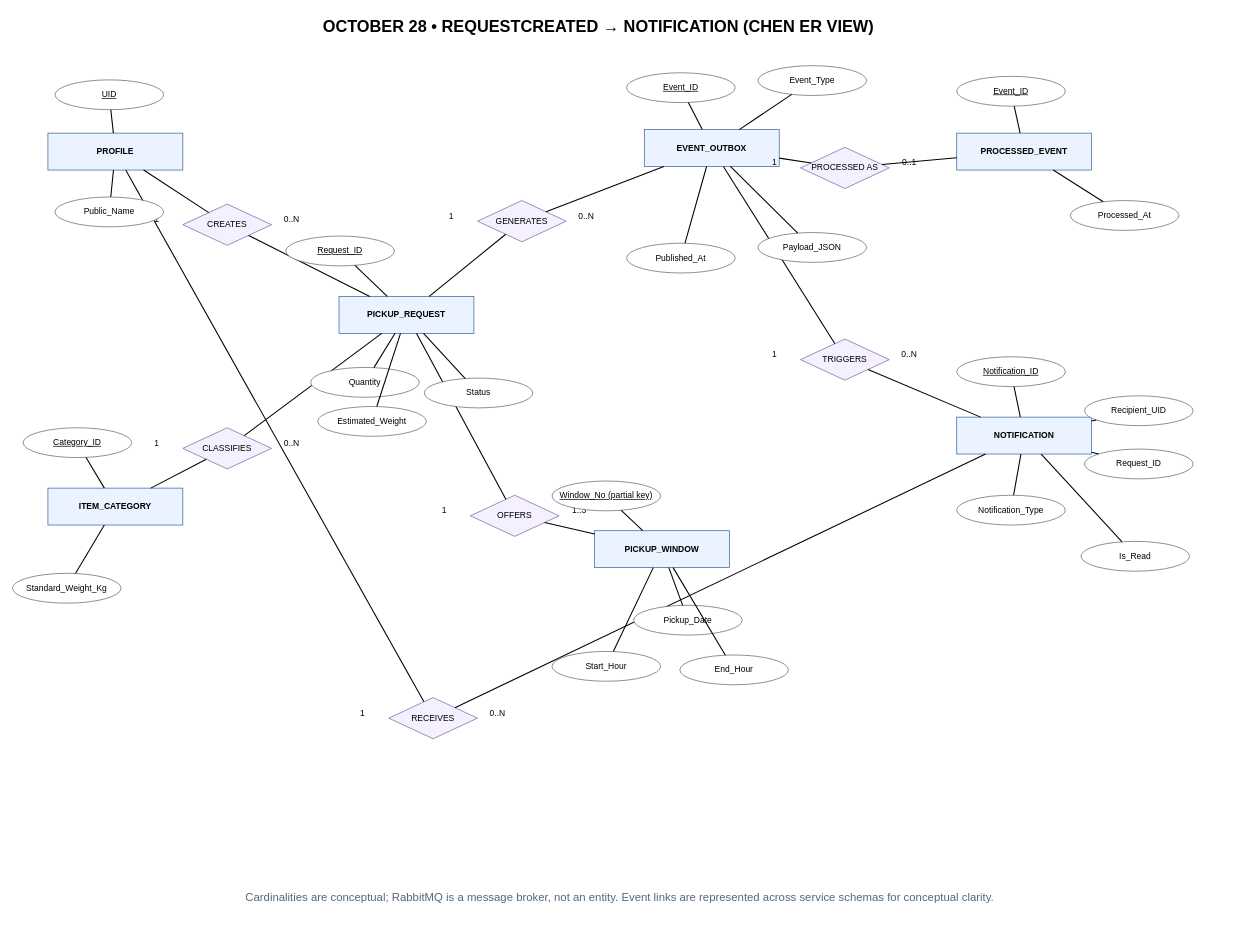
The draw.io diagram page "Oct 28 — RequestCreated flow" (2 of 2) of docs/uml/EcoCollect_Oct28_ER_Diagram_Updated.drawio in dannydufau/ecocollect, before the edit. Source tidied: cells renumbered, new cells numbered last; positions are measured from the earlier drawing's top-left corner, leaving out a move shared by most shapes. Both pictures are drawn from the tidied source at 71%, with x=0, y=0 at pixel (12, 12).
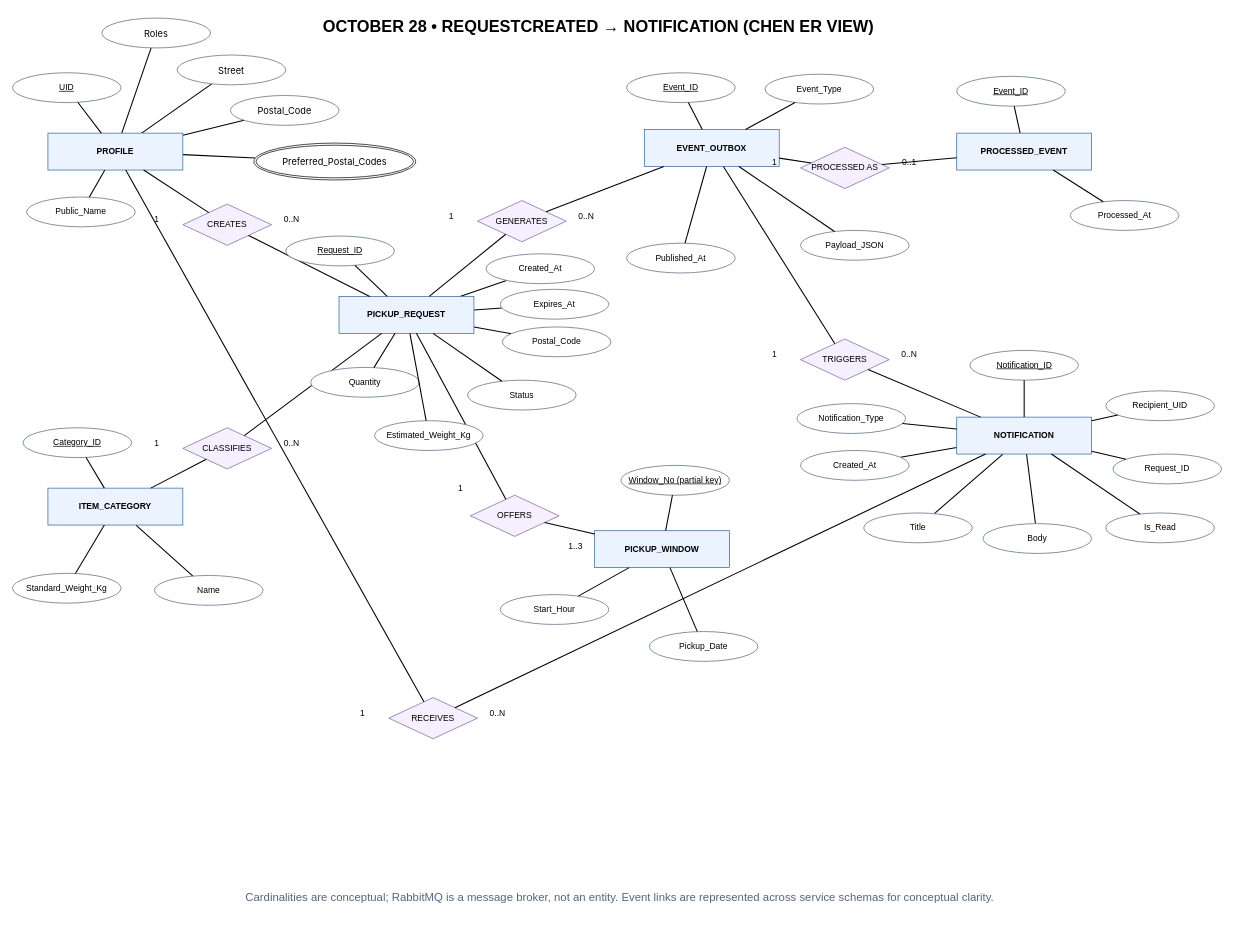
Above is the later version.

Commit message (it also covers changes not shown here):
Oct 28 Tab Add/Update attributes ITEM_CATEGORY - Name

PICKUP_REQUEST
- Created_At
- Expires_At
- Estimated_Weight_Kg (renamed from Estimated_Weight)
- Postal_Code

PICKUP_WINDOW
- Deleted End_Hour (please refer to contract)

NOTIFICATION
- Title
- Body
- Created_At

PROFILE
- Roles
- Street
- Postal_Code
- Preferred_Postal_Codes

needs further review
EVENT_OUTBOX
NOTIFICATION
PROCESSED_EVENT

Unchanged cells that the change refers to:
```xml
<mxCell id="3" value="PROFILE" style="rounded=0;whiteSpace=wrap;html=1;align=center;fillColor=#EAF3FF;strokeColor=#32649A;fontStyle=1;" parent="1" vertex="1">
  <mxGeometry x="50" y="170" width="190" height="52" as="geometry" />
</mxCell>
<mxCell id="4" value="ITEM_CATEGORY" style="rounded=0;whiteSpace=wrap;html=1;align=center;fillColor=#EAF3FF;strokeColor=#32649A;fontStyle=1;" parent="1" vertex="1">
  <mxGeometry x="50" y="670" width="190" height="52" as="geometry" />
</mxCell>
<mxCell id="5" value="PICKUP_REQUEST" style="rounded=0;whiteSpace=wrap;html=1;align=center;fillColor=#EAF3FF;strokeColor=#32649A;fontStyle=1;" parent="1" vertex="1">
  <mxGeometry x="460" y="400" width="190" height="52" as="geometry" />
</mxCell>
<mxCell id="6" value="PICKUP_WINDOW" style="rounded=0;whiteSpace=wrap;html=1;align=center;fillColor=#EAF3FF;strokeColor=#32649A;fontStyle=1;" parent="1" vertex="1">
  <mxGeometry x="820" y="730" width="190" height="52" as="geometry" />
</mxCell>
<mxCell id="9" value="NOTIFICATION" style="rounded=0;whiteSpace=wrap;html=1;align=center;fillColor=#EAF3FF;strokeColor=#32649A;fontStyle=1;" parent="1" vertex="1">
  <mxGeometry x="1330" y="570" width="190" height="52" as="geometry" />
</mxCell>
```

Change to the diagram source:
```diff
@@
+    <mxCell id="92" style="edgeStyle=none;shape=connector;rounded=1;html=1;strokeColor=default;strokeWidth=1.5;align=center;verticalAlign=middle;fontFamily=Helvetica;fontSize=11;fontColor=default;labelBackgroundColor=default;endArrow=none;endFill=0;" parent="1" edge="1" source="3" target="110">
+      <mxGeometry relative="1" as="geometry" />
+    </mxCell>
+    <mxCell id="93" style="edgeStyle=none;shape=connector;rounded=1;html=1;strokeColor=default;strokeWidth=1.5;align=center;verticalAlign=middle;fontFamily=Helvetica;fontSize=11;fontColor=default;labelBackgroundColor=default;endArrow=none;endFill=0;" parent="1" edge="1" source="3" target="112">
+      <mxGeometry relative="1" as="geometry" />
+    </mxCell>
+    <mxCell id="94" style="edgeStyle=none;shape=connector;rounded=1;html=1;strokeColor=default;strokeWidth=1.5;align=center;verticalAlign=middle;fontFamily=Helvetica;fontSize=11;fontColor=default;labelBackgroundColor=default;endArrow=none;endFill=0;" parent="1" edge="1" source="3" target="111">
+      <mxGeometry relative="1" as="geometry" />
+    </mxCell>
+    <mxCell id="95" style="edgeStyle=none;shape=connector;rounded=1;html=1;strokeColor=default;strokeWidth=1.5;align=center;verticalAlign=middle;fontFamily=Helvetica;fontSize=11;fontColor=default;labelBackgroundColor=default;endArrow=none;endFill=0;" parent="1" edge="1" source="3" target="113">
+      <mxGeometry relative="1" as="geometry" />
+    </mxCell>
@@
+    <mxCell id="96" style="edgeStyle=none;html=1;endArrow=none;endFill=0;strokeWidth=1.5;" parent="1" edge="1" source="4" target="103">
+      <mxGeometry relative="1" as="geometry" />
+    </mxCell>
@@
+    <mxCell id="97" style="edgeStyle=none;shape=connector;rounded=1;html=1;strokeColor=default;strokeWidth=1.5;align=center;verticalAlign=middle;fontFamily=Helvetica;fontSize=11;fontColor=default;labelBackgroundColor=default;endArrow=none;endFill=0;" parent="1" edge="1" source="5" target="105">
+      <mxGeometry relative="1" as="geometry" />
+    </mxCell>
+    <mxCell id="98" style="edgeStyle=none;shape=connector;rounded=1;html=1;strokeColor=default;strokeWidth=1.5;align=center;verticalAlign=middle;fontFamily=Helvetica;fontSize=11;fontColor=default;labelBackgroundColor=default;endArrow=none;endFill=0;" parent="1" edge="1" source="5" target="104">
+      <mxGeometry relative="1" as="geometry" />
+    </mxCell>
+    <mxCell id="99" style="edgeStyle=none;shape=connector;rounded=1;html=1;strokeColor=default;strokeWidth=1.5;align=center;verticalAlign=middle;fontFamily=Helvetica;fontSize=11;fontColor=default;labelBackgroundColor=default;endArrow=none;endFill=0;" parent="1" edge="1" source="5" target="106">
+      <mxGeometry relative="1" as="geometry" />
+    </mxCell>
@@
+    <mxCell id="100" style="edgeStyle=none;shape=connector;rounded=1;html=1;strokeColor=default;strokeWidth=1.5;align=center;verticalAlign=middle;fontFamily=Helvetica;fontSize=11;fontColor=default;labelBackgroundColor=default;endArrow=none;endFill=0;" parent="1" edge="1" source="9" target="107">
+      <mxGeometry relative="1" as="geometry" />
+    </mxCell>
+    <mxCell id="101" style="edgeStyle=none;shape=connector;rounded=1;html=1;strokeColor=default;strokeWidth=1.5;align=center;verticalAlign=middle;fontFamily=Helvetica;fontSize=11;fontColor=default;labelBackgroundColor=default;endArrow=none;endFill=0;" parent="1" edge="1" source="9" target="108">
+      <mxGeometry relative="1" as="geometry" />
+    </mxCell>
+    <mxCell id="102" style="edgeStyle=none;shape=connector;rounded=1;html=1;strokeColor=default;strokeWidth=1.5;align=center;verticalAlign=middle;fontFamily=Helvetica;fontSize=11;fontColor=default;labelBackgroundColor=default;endArrow=none;endFill=0;" parent="1" edge="1" source="9" target="109">
+      <mxGeometry relative="1" as="geometry" />
+    </mxCell>
@@
     <mxCell id="23" value="1" style="text;html=1;align=center;fontSize=12;" parent="1" vertex="1">
-      <mxGeometry x="575" y="688" width="65" height="24" as="geometry" />
+      <mxGeometry x="598" y="656" width="65" height="24" as="geometry" />
     </mxCell>
     <mxCell id="24" value="1..3" style="text;html=1;align=center;fontSize=12;" parent="1" vertex="1">
-      <mxGeometry x="765" y="688" width="65" height="24" as="geometry" />
+      <mxGeometry x="760" y="738" width="65" height="24" as="geometry" />
     </mxCell>
@@
     <mxCell id="45" value="UID" style="ellipse;whiteSpace=wrap;html=1;align=center;fillColor=#FFFFFF;strokeColor=#52677D;fontStyle=4;" parent="1" vertex="1">
-      <mxGeometry x="60" y="95" width="153" height="42" as="geometry" />
+      <mxGeometry y="85" width="153" height="42" as="geometry" />
     </mxCell>
@@
     <mxCell id="47" value="Public_Name" style="ellipse;whiteSpace=wrap;html=1;align=center;fillColor=#FFFFFF;strokeColor=#52677D;" parent="1" vertex="1">
-      <mxGeometry x="60" y="260" width="153" height="42" as="geometry" />
+      <mxGeometry x="20" y="260" width="153" height="42" as="geometry" />
     </mxCell>
@@
-    <mxCell id="57" value="Estimated_Weight" style="ellipse;whiteSpace=wrap;html=1;align=center;fillColor=#FFFFFF;strokeColor=#52677D;" parent="1" vertex="1">
-      <mxGeometry x="430" y="555" width="153" height="42" as="geometry" />
+    <mxCell id="57" value="Estimated_Weight_&lt;span style=&quot;color: rgb(0, 0, 0);&quot;&gt;Kg&lt;/span&gt;" style="ellipse;whiteSpace=wrap;html=1;align=center;fillColor=#FFFFFF;strokeColor=#52677D;" parent="1" vertex="1">
+      <mxGeometry x="510" y="575" width="153" height="42" as="geometry" />
     </mxCell>
@@
     <mxCell id="59" value="Status" style="ellipse;whiteSpace=wrap;html=1;align=center;fillColor=#FFFFFF;strokeColor=#52677D;" parent="1" vertex="1">
-      <mxGeometry x="580" y="515" width="153" height="42" as="geometry" />
+      <mxGeometry x="641" y="518" width="153" height="42" as="geometry" />
     </mxCell>
@@
     <mxCell id="61" value="Window_No (partial key)" style="ellipse;whiteSpace=wrap;html=1;align=center;fillColor=#FFFFFF;strokeColor=#52677D;fontStyle=4;" parent="1" vertex="1">
-      <mxGeometry x="760" y="660" width="153" height="42" as="geometry" />
+      <mxGeometry x="857" y="638" width="153" height="42" as="geometry" />
     </mxCell>
@@
     <mxCell id="63" value="Pickup_Date" style="ellipse;whiteSpace=wrap;html=1;align=center;fillColor=#FFFFFF;strokeColor=#52677D;" parent="1" vertex="1">
-      <mxGeometry x="875" y="835" width="153" height="42" as="geometry" />
+      <mxGeometry x="897" y="872" width="153" height="42" as="geometry" />
     </mxCell>
@@
     <mxCell id="65" value="Start_Hour" style="ellipse;whiteSpace=wrap;html=1;align=center;fillColor=#FFFFFF;strokeColor=#52677D;" parent="1" vertex="1">
-      <mxGeometry x="760" y="900" width="153" height="42" as="geometry" />
+      <mxGeometry x="687" y="820" width="153" height="42" as="geometry" />
     </mxCell>
@@
-    <mxCell id="67" value="End_Hour" style="ellipse;whiteSpace=wrap;html=1;align=center;fillColor=#FFFFFF;strokeColor=#52677D;" parent="1" vertex="1">
-      <mxGeometry x="940" y="905" width="153" height="42" as="geometry" />
-    </mxCell>
-    <mxCell id="68" style="endArrow=none;startArrow=none;html=1;rounded=0;strokeWidth=1.5;" parent="1" edge="1" source="6" target="67">
-      <mxGeometry relative="1" as="geometry" />
-    </mxCell>
@@
     <mxCell id="71" value="Event_Type" style="ellipse;whiteSpace=wrap;html=1;align=center;fillColor=#FFFFFF;strokeColor=#52677D;" parent="1" vertex="1">
-      <mxGeometry x="1050" y="75" width="153" height="42" as="geometry" />
+      <mxGeometry x="1060" y="87" width="153" height="42" as="geometry" />
     </mxCell>
@@
     <mxCell id="73" value="Payload_JSON" style="ellipse;whiteSpace=wrap;html=1;align=center;fillColor=#FFFFFF;strokeColor=#52677D;" parent="1" vertex="1">
-      <mxGeometry x="1050" y="310" width="153" height="42" as="geometry" />
+      <mxGeometry x="1110" y="307" width="153" height="42" as="geometry" />
     </mxCell>
@@
     <mxCell id="81" value="Notification_ID" style="ellipse;whiteSpace=wrap;html=1;align=center;fillColor=#FFFFFF;strokeColor=#52677D;fontStyle=4;" parent="1" vertex="1">
-      <mxGeometry x="1330" y="485" width="153" height="42" as="geometry" />
+      <mxGeometry x="1348.5" y="476" width="153" height="42" as="geometry" />
     </mxCell>
@@
     <mxCell id="83" value="Recipient_UID" style="ellipse;whiteSpace=wrap;html=1;align=center;fillColor=#FFFFFF;strokeColor=#52677D;" parent="1" vertex="1">
-      <mxGeometry x="1510" y="540" width="153" height="42" as="geometry" />
+      <mxGeometry x="1540" y="533" width="153" height="42" as="geometry" />
     </mxCell>
@@
     <mxCell id="85" value="Request_ID" style="ellipse;whiteSpace=wrap;html=1;align=center;fillColor=#FFFFFF;strokeColor=#52677D;" parent="1" vertex="1">
-      <mxGeometry x="1510" y="615" width="153" height="42" as="geometry" />
+      <mxGeometry x="1550" y="622" width="153" height="42" as="geometry" />
     </mxCell>
@@
     <mxCell id="87" value="Notification_Type" style="ellipse;whiteSpace=wrap;html=1;align=center;fillColor=#FFFFFF;strokeColor=#52677D;" parent="1" vertex="1">
-      <mxGeometry x="1330" y="680" width="153" height="42" as="geometry" />
+      <mxGeometry x="1105" y="551" width="153" height="42" as="geometry" />
     </mxCell>
@@
     <mxCell id="89" value="Is_Read" style="ellipse;whiteSpace=wrap;html=1;align=center;fillColor=#FFFFFF;strokeColor=#52677D;" parent="1" vertex="1">
-      <mxGeometry x="1505" y="745" width="153" height="42" as="geometry" />
+      <mxGeometry x="1540" y="705" width="153" height="42" as="geometry" />
     </mxCell>
@@
+    <mxCell id="103" value="Name" style="ellipse;whiteSpace=wrap;html=1;align=center;fillColor=#FFFFFF;strokeColor=#52677D;" parent="1" vertex="1">
+      <mxGeometry x="200" y="793" width="153" height="42" as="geometry" />
+    </mxCell>
+    <mxCell id="104" value="Created_At" style="ellipse;whiteSpace=wrap;html=1;align=center;fillColor=#FFFFFF;strokeColor=#52677D;" parent="1" vertex="1">
+      <mxGeometry x="667" y="340" width="153" height="42" as="geometry" />
+    </mxCell>
+    <mxCell id="105" value="Expires_At" style="ellipse;whiteSpace=wrap;html=1;align=center;fillColor=#FFFFFF;strokeColor=#52677D;" parent="1" vertex="1">
+      <mxGeometry x="687" y="390" width="153" height="42" as="geometry" />
+    </mxCell>
+    <mxCell id="106" value="Postal_Code" style="ellipse;whiteSpace=wrap;html=1;align=center;fillColor=#FFFFFF;strokeColor=#52677D;" parent="1" vertex="1">
+      <mxGeometry x="690" y="443" width="153" height="42" as="geometry" />
+    </mxCell>
+    <mxCell id="107" value="Title" style="ellipse;whiteSpace=wrap;html=1;align=center;fillColor=#FFFFFF;strokeColor=#52677D;" parent="1" vertex="1">
+      <mxGeometry x="1199" y="705" width="153" height="42" as="geometry" />
+    </mxCell>
+    <mxCell id="108" value="Body" style="ellipse;whiteSpace=wrap;html=1;align=center;fillColor=#FFFFFF;strokeColor=#52677D;" parent="1" vertex="1">
+      <mxGeometry x="1367" y="720" width="153" height="42" as="geometry" />
+    </mxCell>
+    <mxCell id="109" value="Created_At" style="ellipse;whiteSpace=wrap;html=1;align=center;fillColor=#FFFFFF;strokeColor=#52677D;" parent="1" vertex="1">
+      <mxGeometry x="1110" y="617" width="153" height="42" as="geometry" />
+    </mxCell>
+    <mxCell id="110" value="&lt;div style=&quot;color: rgb(0, 0, 0); background-color: rgb(255, 255, 255); font-family: -apple-system, BlinkMacSystemFont, sans-serif, Menlo, Monaco, &amp;quot;Courier New&amp;quot;, monospace; font-size: 13px; line-height: 20px; white-space: pre;&quot;&gt;&lt;span style=&quot;color: #000000;&quot;&gt;Roles&lt;/span&gt;&lt;/div&gt;" style="ellipse;whiteSpace=wrap;html=1;align=center;fillColor=#FFFFFF;strokeColor=#52677D;" parent="1" vertex="1">
+      <mxGeometry x="126" y="8" width="153" height="42" as="geometry" />
+    </mxCell>
+    <mxCell id="111" value="&lt;div style=&quot;color: rgb(0, 0, 0); background-color: rgb(255, 255, 255); font-family: -apple-system, BlinkMacSystemFont, sans-serif, Menlo, Monaco, &amp;quot;Courier New&amp;quot;, monospace; font-size: 13px; line-height: 20px; white-space: pre;&quot;&gt;&lt;span style=&quot;color: rgb(0, 0, 0);&quot;&gt;Street&lt;/span&gt;&lt;/div&gt;" style="ellipse;whiteSpace=wrap;html=1;align=center;fillColor=#FFFFFF;strokeColor=#52677D;" parent="1" vertex="1">
+      <mxGeometry x="232" y="60" width="153" height="42" as="geometry" />
+    </mxCell>
+    <mxCell id="112" value="&lt;div style=&quot;color: rgb(0, 0, 0); background-color: rgb(255, 255, 255); font-family: -apple-system, BlinkMacSystemFont, sans-serif, Menlo, Monaco, &amp;quot;Courier New&amp;quot;, monospace; font-size: 13px; line-height: 20px; white-space: pre;&quot;&gt;&lt;div style=&quot;color: rgb(0, 0, 0); font-family: -apple-system, BlinkMacSystemFont, sans-serif, Menlo, Monaco, &amp;quot;Courier New&amp;quot;, monospace; line-height: 20px;&quot;&gt;&lt;span style=&quot;color: #000000;&quot;&gt;Postal_Code&lt;/span&gt;&lt;/div&gt;&lt;/div&gt;" style="ellipse;whiteSpace=wrap;html=1;align=center;fillColor=#FFFFFF;strokeColor=#52677D;" parent="1" vertex="1">
+      <mxGeometry x="307" y="117" width="153" height="42" as="geometry" />
+    </mxCell>
+    <mxCell id="113" value="&lt;div style=&quot;color: rgb(0, 0, 0); background-color: rgb(255, 255, 255); font-family: -apple-system, BlinkMacSystemFont, sans-serif, Menlo, Monaco, &amp;quot;Courier New&amp;quot;, monospace; font-size: 13px; line-height: 20px; white-space: pre;&quot;&gt;&lt;span style=&quot;color: #000000;&quot;&gt;Preferred_Postal_Codes&lt;/span&gt;&lt;/div&gt;" style="ellipse;shape=doubleEllipse;margin=3;whiteSpace=wrap;html=1;align=center;" parent="1" vertex="1">
+      <mxGeometry x="340" y="184" width="228" height="52" as="geometry" />
+    </mxCell>
```
